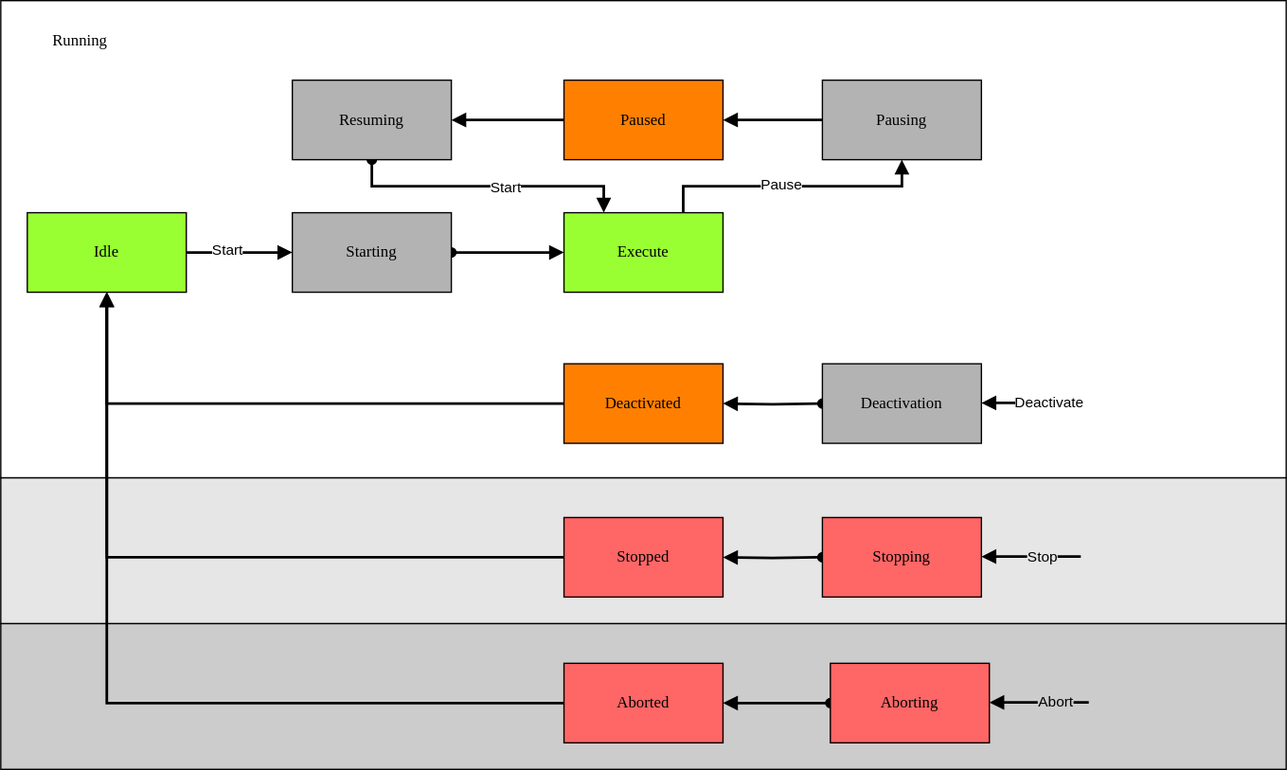
PeterZerlauth/Tc3_Component keeps this draw.io diagram as docs/StateMachine.drawio.svg. Above is the earlier version. Source tidied: cells renumbered, new cells last; positions are measured from the earlier drawing's top-left corner, leaving out a move shared by most shapes.
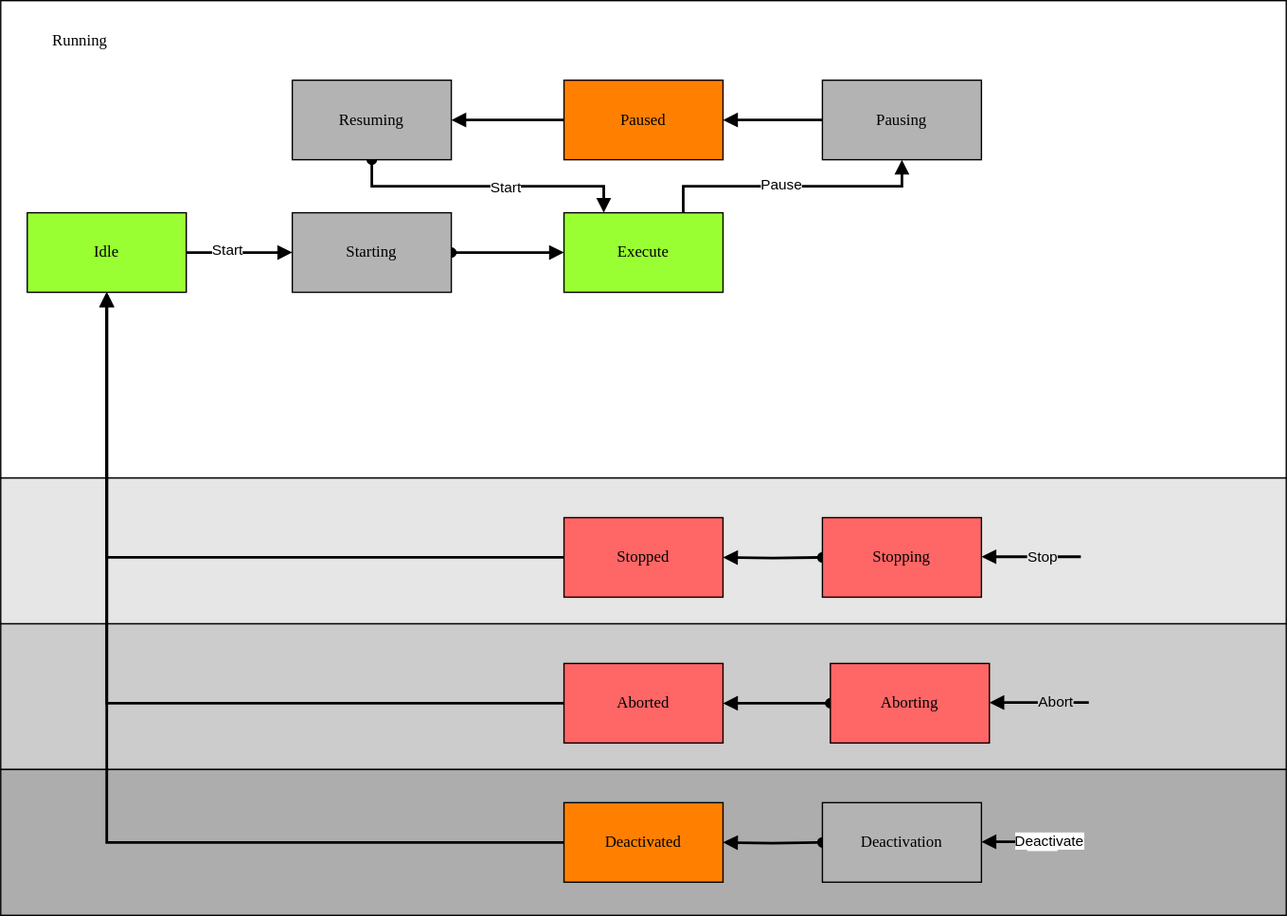
The same diagram one commit later.

The edit, as a diff of the source:
```diff
@@ -114,39 +114,44 @@
     <mxCell id="32" value="Running" style="rounded=0;whiteSpace=wrap;html=1;arcSize=24;fillColor=none;strokeColor=none;shadow=0;comic=0;labelBackgroundColor=none;fontFamily=Verdana;fontSize=12;fontColor=#000000;align=center;" parent="1" vertex="1">
       <mxGeometry width="120" height="60" as="geometry" />
     </mxCell>
+    <mxCell id="40" style="rounded=0;whiteSpace=wrap;html=1;fontFamily=Helvetica;fontSize=11;fontColor=default;labelBackgroundColor=default;fillColor=#ADADAD;" parent="1" vertex="1">
+      <mxGeometry y="580" width="970" height="110" as="geometry" />
+    </mxCell>
     <mxCell id="33" value="Deactivated" style="rounded=0;whiteSpace=wrap;html=1;arcSize=24;fillColor=#FF8000;strokeColor=#000000;shadow=0;comic=0;labelBackgroundColor=none;fontFamily=Verdana;fontSize=12;fontColor=#000000;align=center;" parent="1" vertex="1">
-      <mxGeometry x="425" y="274" width="120" height="60" as="geometry" />
+      <mxGeometry x="425" y="605" width="120" height="60" as="geometry" />
     </mxCell>
-    <mxCell id="34" style="edgeStyle=orthogonalEdgeStyle;rounded=0;jettySize=auto;html=1;strokeColor=default;align=center;verticalAlign=middle;fontFamily=Helvetica;fontSize=11;fontColor=default;labelBackgroundColor=default;endArrow=block;endFill=1;strokeWidth=2;startArrow=oval;startFill=1;" parent="1" edge="1" target="33">
-      <mxGeometry relative="1" as="geometry">
-        <mxPoint x="620" y="304" as="sourcePoint" />
-      </mxGeometry>
-    </mxCell>
+    <mxCell id="41" style="edgeStyle=orthogonalEdgeStyle;rounded=0;jettySize=auto;html=1;strokeColor=default;align=center;verticalAlign=middle;fontFamily=Helvetica;fontSize=11;fontColor=default;labelBackgroundColor=default;endArrow=block;endFill=1;strokeWidth=2;startArrow=oval;startFill=1;" parent="1" edge="1" target="33">
+      <mxGeometry relative="1" as="geometry">
+        <mxPoint x="620" y="635" as="sourcePoint" />
+      </mxGeometry>
+    </mxCell>
     <mxCell id="35" value="Deactivation" style="rounded=0;whiteSpace=wrap;html=1;arcSize=24;fillColor=#B3B3B3;strokeColor=#000000;shadow=0;comic=0;labelBackgroundColor=none;fontFamily=Verdana;fontSize=12;fontColor=#000000;align=center;" parent="1" vertex="1">
-      <mxGeometry x="620" y="274" width="120" height="60" as="geometry" />
+      <mxGeometry x="620" y="605" width="120" height="60" as="geometry" />
     </mxCell>
-    <mxCell id="36" style="edgeStyle=orthogonalEdgeStyle;rounded=0;orthogonalLoop=1;jettySize=auto;html=1;strokeColor=default;align=center;verticalAlign=middle;fontFamily=Helvetica;fontSize=11;fontColor=default;labelBackgroundColor=default;endArrow=block;endFill=1;strokeWidth=2;" parent="1" edge="1">
-      <mxGeometry relative="1" as="geometry">
-        <mxPoint x="815" y="303.5" as="sourcePoint" />
-        <mxPoint x="740" y="303.5" as="targetPoint" />
-      </mxGeometry>
-    </mxCell>
+    <mxCell id="42" style="edgeStyle=orthogonalEdgeStyle;rounded=0;orthogonalLoop=1;jettySize=auto;html=1;strokeColor=default;align=center;verticalAlign=middle;fontFamily=Helvetica;fontSize=11;fontColor=default;labelBackgroundColor=default;endArrow=block;endFill=1;strokeWidth=2;" parent="1" edge="1">
+      <mxGeometry relative="1" as="geometry">
+        <mxPoint x="815" y="634.5" as="sourcePoint" />
+        <mxPoint x="740" y="634.5" as="targetPoint" />
+      </mxGeometry>
+    </mxCell>
-    <mxCell id="37" value="Hold" style="edgeLabel;html=1;align=center;verticalAlign=middle;fontFamily=Helvetica;fontSize=11;fontColor=default;labelBackgroundColor=#FFFFFF;" parent="36" vertex="1">
+    <mxCell id="37" value="Hold" style="edgeLabel;html=1;align=center;verticalAlign=middle;fontFamily=Helvetica;fontSize=11;fontColor=default;labelBackgroundColor=#FFFFFF;" parent="42" vertex="1">
       <mxGeometry x="-0.2" y="3" relative="1" as="geometry">
         <mxPoint y="-3" as="offset" />
       </mxGeometry>
     </mxCell>
-    <mxCell id="38" value="Deactivate" style="edgeLabel;html=1;align=center;verticalAlign=middle;" parent="36" vertex="1">
+    <mxCell id="38" value="Deactivate" style="edgeLabel;html=1;align=center;verticalAlign=middle;" parent="42" vertex="1">
       <mxGeometry x="-0.33" y="3" relative="1" as="geometry">
         <mxPoint y="-4" as="offset" />
       </mxGeometry>
     </mxCell>
-    <mxCell id="39" style="edgeStyle=orthogonalEdgeStyle;rounded=0;jettySize=auto;html=1;strokeColor=default;align=center;verticalAlign=middle;fontFamily=Helvetica;fontSize=11;fontColor=default;labelBackgroundColor=default;endArrow=block;endFill=1;strokeWidth=2;entryX=0.5;entryY=1;entryDx=0;entryDy=0;exitX=0;exitY=0.5;exitDx=0;exitDy=0;" parent="1" edge="1" source="33" target="12">
-      <mxGeometry relative="1" as="geometry">
-        <Array as="points">
-          <mxPoint x="80" y="304" />
-        </Array>
-      </mxGeometry>
-    </mxCell>
+    <mxCell id="43" style="edgeStyle=orthogonalEdgeStyle;rounded=0;orthogonalLoop=1;jettySize=auto;html=1;strokeColor=default;align=center;verticalAlign=middle;fontFamily=Helvetica;fontSize=11;fontColor=default;labelBackgroundColor=default;endArrow=block;endFill=1;strokeWidth=2;entryX=0.5;entryY=1;entryDx=0;entryDy=0;exitX=0;exitY=0.5;exitDx=0;exitDy=0;" parent="1" edge="1">
+      <mxGeometry relative="1" as="geometry">
+        <mxPoint x="425" y="635" as="sourcePoint" />
+        <mxPoint x="80" y="220" as="targetPoint" />
+        <Array as="points">
+          <mxPoint x="80" y="635" />
+        </Array>
+      </mxGeometry>
+    </mxCell>
   </root>
 </mxGraphModel>
```
